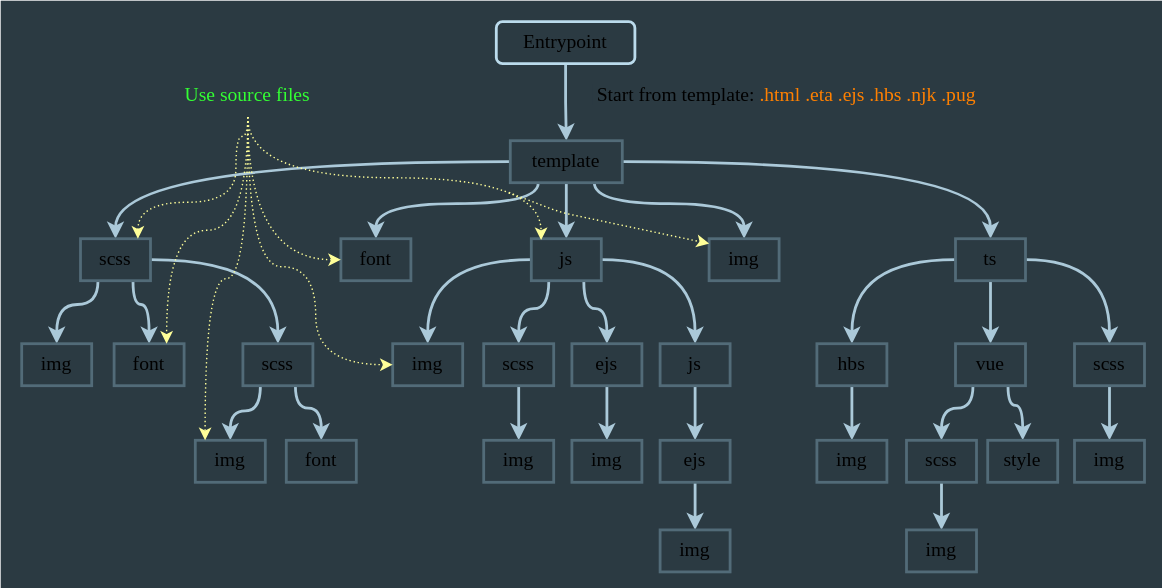
Above: images/assets-graph.svg in webdiscus/html-bundler-webpack-plugin (draw.io), before the change. Source tidied: cells renumbered, new cells last; positions are measured from the earlier drawing's top-left corner, leaving out a move shared by most shapes.
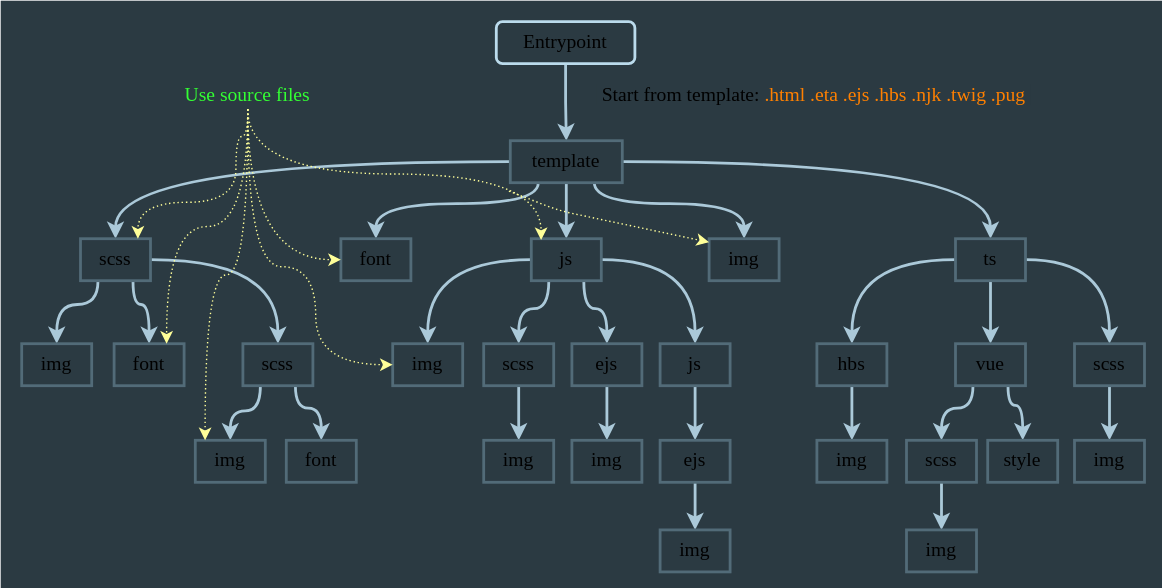
The same file after the commit.

What changed in the source:
```diff
@@ -159,8 +159,8 @@
     <mxCell id="40" value="font" style="rounded=0;whiteSpace=wrap;html=1;fillColor=#2B3A42;strokeColor=#526B78;fontSize=14;strokeWidth=2;fontFamily=Verdana;" parent="2" vertex="1">
       <mxGeometry x="243" y="170" width="50" height="30" as="geometry" />
     </mxCell>
-    <mxCell id="41" value="&lt;span style=&quot;background-color: rgb(43, 58, 66);&quot;&gt;&amp;nbsp;Start from template: &lt;font color=&quot;#ff8000&quot;&gt;.html .eta .ejs .hbs .njk .pug&lt;/font&gt;&amp;nbsp;&lt;/span&gt;" style="text;html=1;strokeColor=none;fillColor=none;align=center;verticalAlign=middle;whiteSpace=wrap;rounded=0;fontFamily=Verdana;fontSize=14;" parent="2" vertex="1">
-      <mxGeometry x="374" y="53" width="375" height="30" as="geometry" />
+    <mxCell id="41" value="&lt;span style=&quot;background-color: rgb(43, 58, 66);&quot;&gt;&amp;nbsp;Start from template: &lt;font color=&quot;#ff8000&quot;&gt;.html .eta .ejs .hbs .njk .twig .pug&lt;/font&gt;&amp;nbsp;&lt;/span&gt;" style="text;html=1;strokeColor=none;fillColor=none;align=center;verticalAlign=middle;whiteSpace=wrap;rounded=0;fontFamily=Verdana;fontSize=14;" parent="2" vertex="1">
+      <mxGeometry x="373" y="53" width="416" height="30" as="geometry" />
     </mxCell>
     <mxCell id="42" style="edgeStyle=orthogonalEdgeStyle;curved=1;jettySize=auto;html=1;exitX=0.5;exitY=1;exitDx=0;exitDy=0;entryX=0.5;entryY=0;entryDx=0;entryDy=0;labelBackgroundColor=#2b3a42;strokeColor=#abc9d9;strokeWidth=2;fontFamily=Verdana;fontSize=14;" parent="2" edge="1" source="43" target="46">
       <mxGeometry relative="1" as="geometry" />
@@ -256,15 +256,15 @@
     </mxCell>
     <mxCell id="64" style="orthogonalLoop=1;jettySize=auto;html=1;entryX=0;entryY=0.25;entryDx=0;entryDy=0;dashed=1;dashPattern=1 2;labelBackgroundColor=#2b3a42;strokeColor=#FFFF99;strokeWidth=1;fontFamily=Verdana;fontSize=14;fontColor=#33FF33;elbow=vertical;" parent="2" edge="1">
       <mxGeometry relative="1" as="geometry">
-        <mxPoint x="363" y="137" as="sourcePoint" />
-        <mxPoint x="506" y="173.5" as="targetPoint" />
+        <mxPoint x="363" y="136" as="sourcePoint" />
+        <mxPoint x="506" y="172.5" as="targetPoint" />
         <Array as="points">
-          <mxPoint x="399" y="151" />
+          <mxPoint x="399" y="150" />
         </Array>
       </mxGeometry>
     </mxCell>
     <mxCell id="65" value="Use source files" style="text;html=1;strokeColor=none;fillColor=none;align=center;verticalAlign=middle;whiteSpace=wrap;rounded=0;fontFamily=Verdana;fontSize=14;fontColor=#33FF33;" parent="2" vertex="1">
-      <mxGeometry x="69" y="53" width="215" height="30" as="geometry" />
+      <mxGeometry x="69" y="58.5" width="215" height="19" as="geometry" />
     </mxCell>
     <mxCell id="66" value="img" style="rounded=0;whiteSpace=wrap;html=1;fillColor=#2B3A42;strokeColor=#526B78;fontSize=14;strokeWidth=2;fontFamily=Verdana;" parent="2" vertex="1">
       <mxGeometry x="767" y="314" width="50" height="30" as="geometry" />
```
